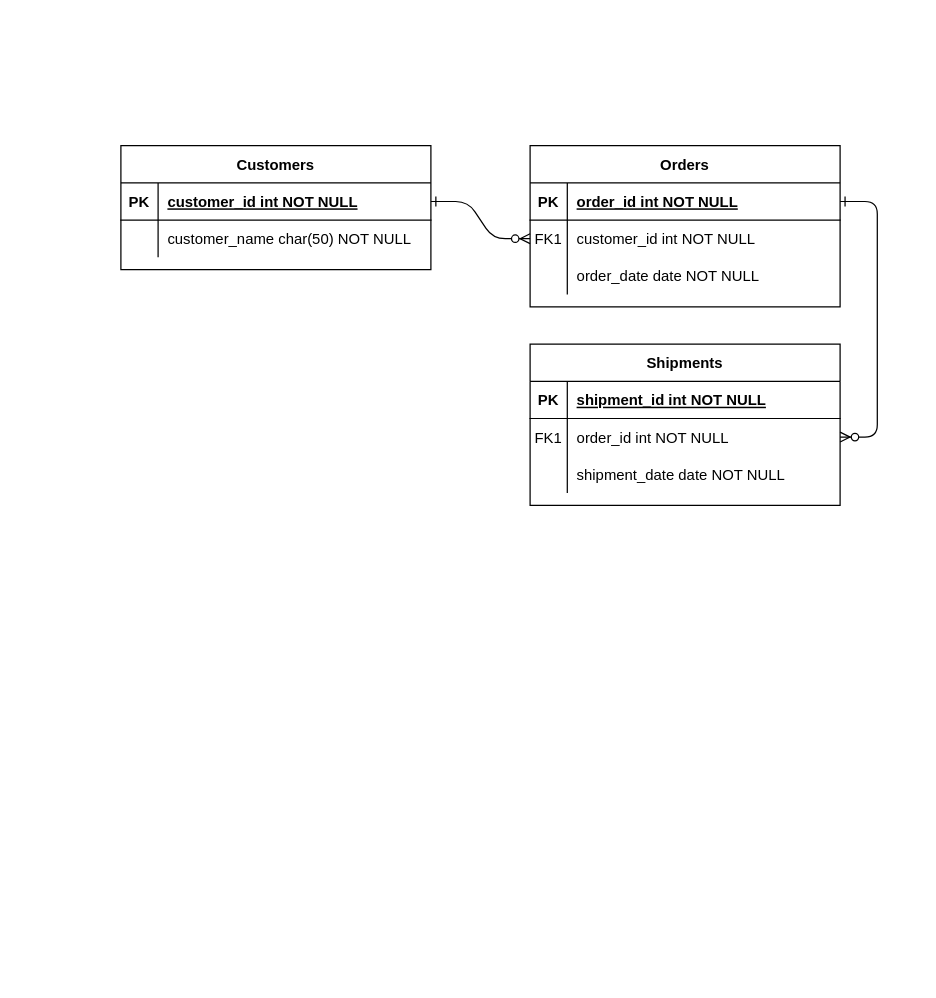
The draw.io diagram Untitled Diagram.drawio in mohsenshahii/database, before the edit. Source tidied: cells renumbered, new cells numbered last; positions are measured from the earlier drawing's top-left corner, leaving out a move shared by most shapes. Both pictures are drawn from the tidied source at 124%, with x=0, y=0 at pixel (120, 145).
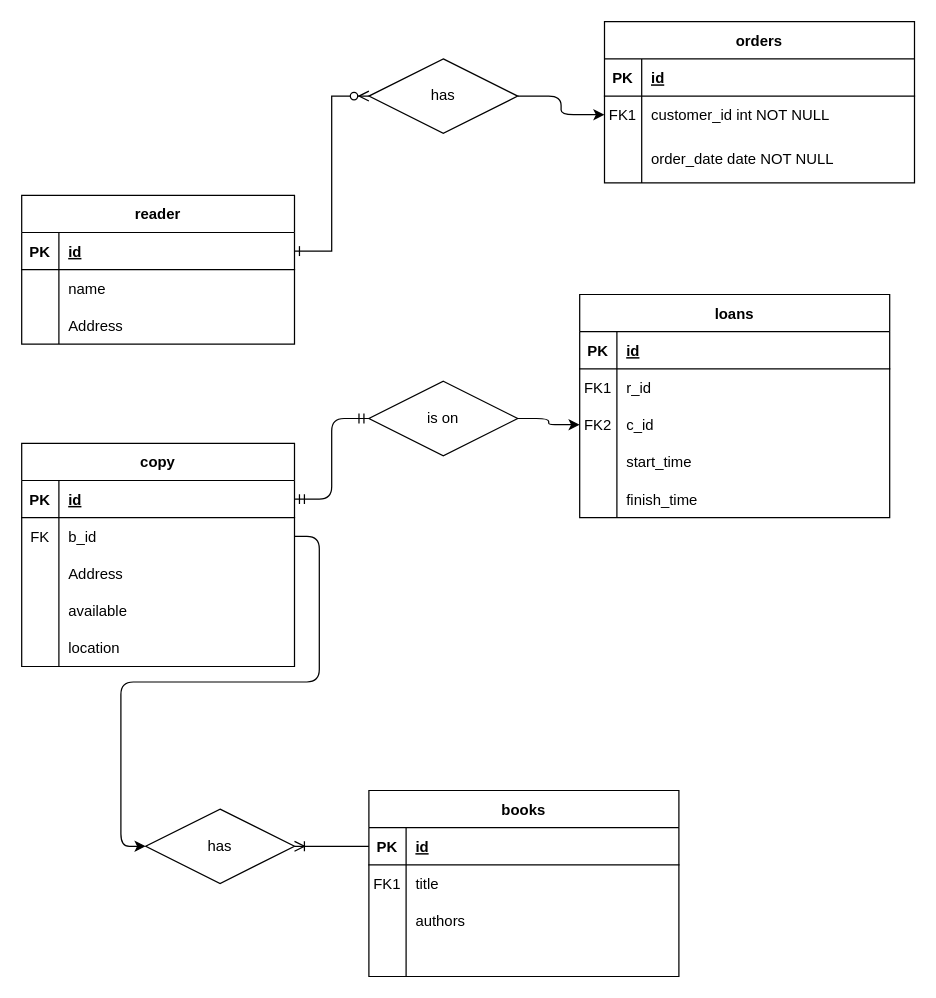
The same diagram, later.

Change to the diagram source:
```diff
@@
-<mxGraphModel>
+<mxGraphModel background="#ffffff">
@@
-    <mxCell id="2" style="edgeStyle=entityRelationEdgeStyle;endArrow=ERzeroToMany;startArrow=ERone;endFill=1;startFill=0;" parent="1" edge="1" source="25" target="8">
+    <mxCell id="2" style="edgeStyle=entityRelationEdgeStyle;endArrow=ERzeroToMany;startArrow=ERone;endFill=1;startFill=0;rounded=0;entryX=0;entryY=0.5;entryDx=0;entryDy=0;" parent="1" edge="1" source="25" target="71">
       <mxGeometry relative="1" as="geometry" />
     </mxCell>
-    <mxCell id="3" style="edgeStyle=entityRelationEdgeStyle;endArrow=ERzeroToMany;startArrow=ERone;endFill=1;startFill=0;" parent="1" edge="1" source="5" target="18">
-      <mxGeometry relative="1" as="geometry" />
-    </mxCell>
-    <mxCell id="4" value="Orders" style="shape=table;startSize=30;childLayout=tableLayout;rowLines=0;fontStyle=1;align=center;" parent="1" vertex="1">
-      <mxGeometry x="330" width="250" height="130" as="geometry" />
+    <mxCell id="4" value="orders" style="shape=table;startSize=30;childLayout=tableLayout;rowLines=0;fontStyle=1;align=center;rounded=0;" parent="1" vertex="1">
+      <mxGeometry x="390" y="-100" width="250" height="130" as="geometry" />
     </mxCell>
-    <mxCell id="5" style="shape=partialRectangle;fillColor=none;points=[[0,0.5],[1,0.5]];portConstraint=eastwest;top=0;left=0;right=0;bottom=1;" parent="4" vertex="1">
+    <mxCell id="5" style="shape=partialRectangle;fillColor=none;points=[[0,0.5],[1,0.5]];portConstraint=eastwest;top=0;left=0;right=0;bottom=1;rounded=0;" parent="4" vertex="1">
       <mxGeometry y="30" width="250" height="30" as="geometry" />
     </mxCell>
-    <mxCell id="6" value="PK" style="shape=partialRectangle;overflow=hidden;fillColor=none;top=0;left=0;bottom=0;right=0;fontStyle=1;" parent="5" vertex="1">
+    <mxCell id="6" value="PK" style="shape=partialRectangle;overflow=hidden;fillColor=none;top=0;left=0;bottom=0;right=0;fontStyle=1;rounded=0;" parent="5" vertex="1">
       <mxGeometry width="30" height="30" as="geometry" />
     </mxCell>
-    <mxCell id="7" value="order_id int NOT NULL " style="shape=partialRectangle;overflow=hidden;fillColor=none;top=0;left=0;bottom=0;right=0;align=left;spacingLeft=6;fontStyle=5;" parent="5" vertex="1">
+    <mxCell id="7" value="id" style="shape=partialRectangle;overflow=hidden;fillColor=none;top=0;left=0;bottom=0;right=0;align=left;spacingLeft=6;fontStyle=5;rounded=0;" parent="5" vertex="1">
       <mxGeometry x="30" width="220" height="30" as="geometry" />
     </mxCell>
-    <mxCell id="8" style="shape=partialRectangle;fillColor=none;points=[[0,0.5],[1,0.5]];portConstraint=eastwest;top=0;left=0;right=0;bottom=0;" parent="4" vertex="1">
+    <mxCell id="8" style="shape=partialRectangle;fillColor=none;points=[[0,0.5],[1,0.5]];portConstraint=eastwest;top=0;left=0;right=0;bottom=0;rounded=0;" parent="4" vertex="1">
       <mxGeometry y="60" width="250" height="30" as="geometry" />
     </mxCell>
-    <mxCell id="9" value="FK1" style="shape=partialRectangle;overflow=hidden;fillColor=none;top=0;left=0;bottom=0;right=0;" parent="8" vertex="1">
+    <mxCell id="9" value="FK1" style="shape=partialRectangle;overflow=hidden;fillColor=none;top=0;left=0;bottom=0;right=0;rounded=0;" parent="8" vertex="1">
       <mxGeometry width="30" height="30" as="geometry" />
     </mxCell>
-    <mxCell id="10" value="customer_id int NOT NULL" style="shape=partialRectangle;overflow=hidden;fillColor=none;top=0;left=0;bottom=0;right=0;align=left;spacingLeft=6;" parent="8" vertex="1">
+    <mxCell id="10" value="customer_id int NOT NULL" style="shape=partialRectangle;overflow=hidden;fillColor=none;top=0;left=0;bottom=0;right=0;align=left;spacingLeft=6;rounded=0;" parent="8" vertex="1">
       <mxGeometry x="30" width="220" height="30" as="geometry" />
     </mxCell>
-    <mxCell id="11" style="shape=partialRectangle;fillColor=none;top=0;left=0;right=0;bottom=0;" parent="4" vertex="1">
-      <mxGeometry y="90" width="250" height="30" as="geometry" />
+    <mxCell id="11" style="shape=partialRectangle;fillColor=none;top=0;left=0;right=0;bottom=0;rounded=0;" parent="4" vertex="1">
+      <mxGeometry y="90" width="250" height="40" as="geometry" />
     </mxCell>
-    <mxCell id="12" style="shape=partialRectangle;overflow=hidden;fillColor=none;top=0;left=0;bottom=0;right=0;" parent="11" vertex="1">
-      <mxGeometry width="30" height="30" as="geometry" />
+    <mxCell id="12" style="shape=partialRectangle;overflow=hidden;fillColor=none;top=0;left=0;bottom=0;right=0;rounded=0;" parent="11" vertex="1">
+      <mxGeometry width="30" height="40" as="geometry" />
     </mxCell>
-    <mxCell id="13" value="order_date date NOT NULL" style="shape=partialRectangle;overflow=hidden;fillColor=none;top=0;left=0;bottom=0;right=0;align=left;spacingLeft=6;" parent="11" vertex="1">
-      <mxGeometry x="30" width="220" height="30" as="geometry" />
+    <mxCell id="13" value="order_date date NOT NULL" style="shape=partialRectangle;overflow=hidden;fillColor=none;top=0;left=0;bottom=0;right=0;align=left;spacingLeft=6;rounded=0;" parent="11" vertex="1">
+      <mxGeometry x="30" width="220" height="40" as="geometry" />
     </mxCell>
-    <mxCell id="14" value="Shipments" style="shape=table;startSize=30;childLayout=tableLayout;rowLines=0;fontStyle=1;align=center;" parent="1" vertex="1">
-      <mxGeometry x="330" y="160" width="250" height="130" as="geometry" />
+    <mxCell id="14" value="books" style="shape=table;startSize=30;childLayout=tableLayout;rowLines=0;fontStyle=1;align=center;rounded=0;" parent="1" vertex="1">
+      <mxGeometry x="200" y="520" width="250" height="150" as="geometry" />
     </mxCell>
-    <mxCell id="15" style="shape=partialRectangle;fillColor=none;points=[[0,0.5],[1,0.5]];portConstraint=eastwest;top=0;left=0;right=0;bottom=1;" parent="14" vertex="1">
+    <mxCell id="15" style="shape=partialRectangle;fillColor=none;points=[[0,0.5],[1,0.5]];portConstraint=eastwest;top=0;left=0;right=0;bottom=1;rounded=0;" parent="14" vertex="1">
       <mxGeometry y="30" width="250" height="30" as="geometry" />
     </mxCell>
-    <mxCell id="16" value="PK" style="shape=partialRectangle;overflow=hidden;fillColor=none;top=0;left=0;bottom=0;right=0;fontStyle=1;" parent="15" vertex="1">
+    <mxCell id="16" value="PK" style="shape=partialRectangle;overflow=hidden;fillColor=none;top=0;left=0;bottom=0;right=0;fontStyle=1;rounded=0;" parent="15" vertex="1">
       <mxGeometry width="30" height="30" as="geometry" />
     </mxCell>
-    <mxCell id="17" value="shipment_id int NOT NULL " style="shape=partialRectangle;overflow=hidden;fillColor=none;top=0;left=0;bottom=0;right=0;align=left;spacingLeft=6;fontStyle=5;" parent="15" vertex="1">
+    <mxCell id="17" value="id" style="shape=partialRectangle;overflow=hidden;fillColor=none;top=0;left=0;bottom=0;right=0;align=left;spacingLeft=6;fontStyle=5;rounded=0;" parent="15" vertex="1">
       <mxGeometry x="30" width="220" height="30" as="geometry" />
     </mxCell>
-    <mxCell id="18" style="shape=partialRectangle;fillColor=none;points=[[0,0.5],[1,0.5]];portConstraint=eastwest;top=0;left=0;right=0;bottom=0;" parent="14" vertex="1">
+    <mxCell id="18" style="shape=partialRectangle;fillColor=none;points=[[0,0.5],[1,0.5]];portConstraint=eastwest;top=0;left=0;right=0;bottom=0;rounded=0;" parent="14" vertex="1">
       <mxGeometry y="60" width="250" height="30" as="geometry" />
     </mxCell>
-    <mxCell id="19" value="FK1" style="shape=partialRectangle;overflow=hidden;fillColor=none;top=0;left=0;bottom=0;right=0;" parent="18" vertex="1">
+    <mxCell id="19" value="FK1" style="shape=partialRectangle;overflow=hidden;fillColor=none;top=0;left=0;bottom=0;right=0;rounded=0;" parent="18" vertex="1">
       <mxGeometry width="30" height="30" as="geometry" />
     </mxCell>
-    <mxCell id="20" value="order_id int NOT NULL" style="shape=partialRectangle;overflow=hidden;fillColor=none;top=0;left=0;bottom=0;right=0;align=left;spacingLeft=6;" parent="18" vertex="1">
+    <mxCell id="20" value="title" style="shape=partialRectangle;overflow=hidden;fillColor=none;top=0;left=0;bottom=0;right=0;align=left;spacingLeft=6;rounded=0;" parent="18" vertex="1">
       <mxGeometry x="30" width="220" height="30" as="geometry" />
     </mxCell>
-    <mxCell id="21" style="shape=partialRectangle;fillColor=none;top=0;left=0;right=0;bottom=0;" parent="14" vertex="1">
+    <mxCell id="21" style="shape=partialRectangle;fillColor=none;top=0;left=0;right=0;bottom=0;rounded=0;" parent="14" vertex="1">
       <mxGeometry y="90" width="250" height="30" as="geometry" />
     </mxCell>
-    <mxCell id="22" style="shape=partialRectangle;overflow=hidden;fillColor=none;top=0;left=0;bottom=0;right=0;" parent="21" vertex="1">
+    <mxCell id="22" style="shape=partialRectangle;overflow=hidden;fillColor=none;top=0;left=0;bottom=0;right=0;rounded=0;" parent="21" vertex="1">
       <mxGeometry width="30" height="30" as="geometry" />
     </mxCell>
-    <mxCell id="23" value="shipment_date date NOT NULL" style="shape=partialRectangle;overflow=hidden;fillColor=none;top=0;left=0;bottom=0;right=0;align=left;spacingLeft=6;" parent="21" vertex="1">
+    <mxCell id="23" value="authors" style="shape=partialRectangle;overflow=hidden;fillColor=none;top=0;left=0;bottom=0;right=0;align=left;spacingLeft=6;rounded=0;" parent="21" vertex="1">
       <mxGeometry x="30" width="220" height="30" as="geometry" />
     </mxCell>
+    <mxCell id="31" style="shape=partialRectangle;fillColor=none;top=0;left=0;right=0;bottom=0;rounded=0;" parent="14" vertex="1">
+      <mxGeometry y="120" width="250" height="30" as="geometry" />
+    </mxCell>
+    <mxCell id="32" style="shape=partialRectangle;overflow=hidden;fillColor=none;top=0;left=0;bottom=0;right=0;rounded=0;" parent="31" vertex="1">
+      <mxGeometry width="30" height="30" as="geometry" />
+    </mxCell>
+    <mxCell id="33" style="shape=partialRectangle;overflow=hidden;fillColor=none;top=0;left=0;bottom=0;right=0;align=left;spacingLeft=6;rounded=0;" parent="31" vertex="1">
+      <mxGeometry x="30" width="220" height="30" as="geometry" />
+    </mxCell>
-    <mxCell id="24" value="Customers" style="shape=table;startSize=30;childLayout=tableLayout;rowLines=0;fontStyle=1;align=center;" parent="1" vertex="1">
-      <mxGeometry width="250" height="100" as="geometry" />
+    <mxCell id="24" value="reader" style="shape=table;startSize=30;childLayout=tableLayout;rowLines=0;fontStyle=1;align=center;rounded=0;" parent="1" vertex="1">
+      <mxGeometry x="-80" y="40" width="220" height="120" as="geometry" />
     </mxCell>
-    <mxCell id="25" style="shape=partialRectangle;fillColor=none;points=[[0,0.5],[1,0.5]];portConstraint=eastwest;top=0;left=0;right=0;bottom=1;" parent="24" vertex="1">
-      <mxGeometry y="30" width="250" height="30" as="geometry" />
+    <mxCell id="25" style="shape=partialRectangle;fillColor=none;points=[[0,0.5],[1,0.5]];portConstraint=eastwest;top=0;left=0;right=0;bottom=1;rounded=0;" parent="24" vertex="1">
+      <mxGeometry y="30" width="220" height="30" as="geometry" />
     </mxCell>
-    <mxCell id="26" value="PK" style="shape=partialRectangle;overflow=hidden;fillColor=none;top=0;left=0;bottom=0;right=0;fontStyle=1;" parent="25" vertex="1">
+    <mxCell id="26" value="PK" style="shape=partialRectangle;overflow=hidden;fillColor=none;top=0;left=0;bottom=0;right=0;fontStyle=1;rounded=0;" parent="25" vertex="1">
       <mxGeometry width="30" height="30" as="geometry" />
     </mxCell>
-    <mxCell id="27" value="customer_id int NOT NULL " style="shape=partialRectangle;overflow=hidden;fillColor=none;top=0;left=0;bottom=0;right=0;align=left;spacingLeft=6;fontStyle=5;" parent="25" vertex="1">
-      <mxGeometry x="30" width="220" height="30" as="geometry" />
+    <mxCell id="27" value="id" style="shape=partialRectangle;overflow=hidden;fillColor=none;top=0;left=0;bottom=0;right=0;align=left;spacingLeft=6;fontStyle=5;rounded=0;" parent="25" vertex="1">
+      <mxGeometry x="30" width="190" height="30" as="geometry" />
     </mxCell>
-    <mxCell id="28" style="shape=partialRectangle;fillColor=none;top=0;left=0;right=0;bottom=0;" parent="24" vertex="1">
-      <mxGeometry y="60" width="250" height="30" as="geometry" />
+    <mxCell id="28" style="shape=partialRectangle;fillColor=none;top=0;left=0;right=0;bottom=0;rounded=0;" parent="24" vertex="1">
+      <mxGeometry y="60" width="220" height="30" as="geometry" />
     </mxCell>
-    <mxCell id="29" style="shape=partialRectangle;overflow=hidden;fillColor=none;top=0;left=0;bottom=0;right=0;" parent="28" vertex="1">
+    <mxCell id="29" style="shape=partialRectangle;overflow=hidden;fillColor=none;top=0;left=0;bottom=0;right=0;rounded=0;" parent="28" vertex="1">
       <mxGeometry width="30" height="30" as="geometry" />
     </mxCell>
-    <mxCell id="30" value="customer_name char(50) NOT NULL" style="shape=partialRectangle;overflow=hidden;fillColor=none;top=0;left=0;bottom=0;right=0;align=left;spacingLeft=6;" parent="28" vertex="1">
-      <mxGeometry x="30" width="220" height="30" as="geometry" />
+    <mxCell id="30" value="name" style="shape=partialRectangle;overflow=hidden;fillColor=none;top=0;left=0;bottom=0;right=0;align=left;spacingLeft=6;fontStyle=0;rounded=0;" parent="28" vertex="1">
+      <mxGeometry x="30" width="190" height="30" as="geometry" />
     </mxCell>
+    <mxCell id="34" style="shape=partialRectangle;fillColor=none;top=0;left=0;right=0;bottom=0;rounded=0;" parent="24" vertex="1">
+      <mxGeometry y="90" width="220" height="30" as="geometry" />
+    </mxCell>
+    <mxCell id="35" style="shape=partialRectangle;overflow=hidden;fillColor=none;top=0;left=0;bottom=0;right=0;rounded=0;" parent="34" vertex="1">
+      <mxGeometry width="30" height="30" as="geometry" />
+    </mxCell>
+    <mxCell id="36" value="Address" style="shape=partialRectangle;overflow=hidden;fillColor=none;top=0;left=0;bottom=0;right=0;align=left;spacingLeft=6;rounded=0;" parent="34" vertex="1">
+      <mxGeometry x="30" width="190" height="30" as="geometry" />
+    </mxCell>
+    <mxCell id="37" value="copy" style="shape=table;startSize=30;childLayout=tableLayout;rowLines=0;fontStyle=1;align=center;rounded=0;" parent="1" vertex="1">
+      <mxGeometry x="-80" y="240" width="220" height="180" as="geometry" />
+    </mxCell>
+    <mxCell id="38" style="shape=partialRectangle;fillColor=none;points=[[0,0.5],[1,0.5]];portConstraint=eastwest;top=0;left=0;right=0;bottom=1;rounded=0;" parent="37" vertex="1">
+      <mxGeometry y="30" width="220" height="30" as="geometry" />
+    </mxCell>
+    <mxCell id="39" value="PK" style="shape=partialRectangle;overflow=hidden;fillColor=none;top=0;left=0;bottom=0;right=0;fontStyle=1;rounded=0;" parent="38" vertex="1">
+      <mxGeometry width="30" height="30" as="geometry" />
+    </mxCell>
+    <mxCell id="40" value="id" style="shape=partialRectangle;overflow=hidden;fillColor=none;top=0;left=0;bottom=0;right=0;align=left;spacingLeft=6;fontStyle=5;rounded=0;" parent="38" vertex="1">
+      <mxGeometry x="30" width="190" height="30" as="geometry" />
+    </mxCell>
+    <mxCell id="41" style="shape=partialRectangle;fillColor=none;points=[[0,0.5],[1,0.5]];portConstraint=eastwest;top=0;left=0;right=0;bottom=0;rounded=0;" parent="37" vertex="1">
+      <mxGeometry y="60" width="220" height="30" as="geometry" />
+    </mxCell>
+    <mxCell id="42" value="FK" style="shape=partialRectangle;overflow=hidden;fillColor=none;top=0;left=0;bottom=0;right=0;rounded=0;" parent="41" vertex="1">
+      <mxGeometry width="30" height="30" as="geometry" />
+    </mxCell>
+    <mxCell id="43" value="b_id" style="shape=partialRectangle;overflow=hidden;fillColor=none;top=0;left=0;bottom=0;right=0;align=left;spacingLeft=6;fontStyle=0;rounded=0;" parent="41" vertex="1">
+      <mxGeometry x="30" width="190" height="30" as="geometry" />
+    </mxCell>
+    <mxCell id="44" style="shape=partialRectangle;fillColor=none;top=0;left=0;right=0;bottom=0;rounded=0;" parent="37" vertex="1">
+      <mxGeometry y="90" width="220" height="30" as="geometry" />
+    </mxCell>
+    <mxCell id="45" style="shape=partialRectangle;overflow=hidden;fillColor=none;top=0;left=0;bottom=0;right=0;rounded=0;" parent="44" vertex="1">
+      <mxGeometry width="30" height="30" as="geometry" />
+    </mxCell>
+    <mxCell id="46" value="Address" style="shape=partialRectangle;overflow=hidden;fillColor=none;top=0;left=0;bottom=0;right=0;align=left;spacingLeft=6;rounded=0;" parent="44" vertex="1">
+      <mxGeometry x="30" width="190" height="30" as="geometry" />
+    </mxCell>
+    <mxCell id="47" style="shape=partialRectangle;fillColor=none;top=0;left=0;right=0;bottom=0;rounded=0;" parent="37" vertex="1">
+      <mxGeometry y="120" width="220" height="30" as="geometry" />
+    </mxCell>
+    <mxCell id="48" style="shape=partialRectangle;overflow=hidden;fillColor=none;top=0;left=0;bottom=0;right=0;rounded=0;" parent="47" vertex="1">
+      <mxGeometry width="30" height="30" as="geometry" />
+    </mxCell>
+    <mxCell id="49" value="available" style="shape=partialRectangle;overflow=hidden;fillColor=none;top=0;left=0;bottom=0;right=0;align=left;spacingLeft=6;rounded=0;" parent="47" vertex="1">
+      <mxGeometry x="30" width="190" height="30" as="geometry" />
+    </mxCell>
+    <mxCell id="50" style="shape=partialRectangle;fillColor=none;top=0;left=0;right=0;bottom=0;rounded=0;" parent="37" vertex="1">
+      <mxGeometry y="150" width="220" height="30" as="geometry" />
+    </mxCell>
+    <mxCell id="51" style="shape=partialRectangle;overflow=hidden;fillColor=none;top=0;left=0;bottom=0;right=0;rounded=0;" parent="50" vertex="1">
+      <mxGeometry width="30" height="30" as="geometry" />
+    </mxCell>
+    <mxCell id="52" value="location " style="shape=partialRectangle;overflow=hidden;fillColor=none;top=0;left=0;bottom=0;right=0;align=left;spacingLeft=6;rounded=0;" parent="50" vertex="1">
+      <mxGeometry x="30" width="190" height="30" as="geometry" />
+    </mxCell>
+    <mxCell id="53" style="edgeStyle=entityRelationEdgeStyle;fontSize=12;html=1;endArrow=ERoneToMany;rounded=0;entryX=1;entryY=0.5;entryDx=0;entryDy=0;exitX=0;exitY=0.5;exitDx=0;exitDy=0;" parent="1" edge="1" source="15" target="75">
+      <mxGeometry relative="1" as="geometry" />
+    </mxCell>
+    <mxCell id="54" value="loans" style="shape=table;startSize=30;childLayout=tableLayout;rowLines=0;fontStyle=1;align=center;rounded=0;" parent="1" vertex="1">
+      <mxGeometry x="370" y="120" width="250" height="180" as="geometry" />
+    </mxCell>
+    <mxCell id="55" style="shape=partialRectangle;fillColor=none;top=0;left=0;right=0;bottom=1;rounded=0;" parent="54" vertex="1">
+      <mxGeometry y="30" width="250" height="30" as="geometry" />
+    </mxCell>
+    <mxCell id="56" value="PK" style="shape=partialRectangle;overflow=hidden;fillColor=none;top=0;left=0;bottom=0;right=0;fontStyle=1;rounded=0;" parent="55" vertex="1">
+      <mxGeometry width="30" height="30" as="geometry" />
+    </mxCell>
+    <mxCell id="57" value="id" style="shape=partialRectangle;overflow=hidden;fillColor=none;top=0;left=0;bottom=0;right=0;align=left;spacingLeft=6;fontStyle=5;rounded=0;" parent="55" vertex="1">
+      <mxGeometry x="30" width="220" height="30" as="geometry" />
+    </mxCell>
+    <mxCell id="58" style="shape=partialRectangle;fillColor=none;top=0;left=0;right=0;bottom=0;rounded=0;" parent="54" vertex="1">
+      <mxGeometry y="60" width="250" height="30" as="geometry" />
+    </mxCell>
+    <mxCell id="59" value="FK1" style="shape=partialRectangle;overflow=hidden;fillColor=none;top=0;left=0;bottom=0;right=0;rounded=0;" parent="58" vertex="1">
+      <mxGeometry width="30" height="30" as="geometry" />
+    </mxCell>
+    <mxCell id="60" value="r_id" style="shape=partialRectangle;overflow=hidden;fillColor=none;top=0;left=0;bottom=0;right=0;align=left;spacingLeft=6;rounded=0;" parent="58" vertex="1">
+      <mxGeometry x="30" width="220" height="30" as="geometry" />
+    </mxCell>
+    <mxCell id="61" style="shape=partialRectangle;fillColor=none;points=[[0,0.5],[1,0.5]];portConstraint=eastwest;top=0;left=0;right=0;bottom=0;rounded=0;" parent="54" vertex="1">
+      <mxGeometry y="90" width="250" height="30" as="geometry" />
+    </mxCell>
+    <mxCell id="62" value="FK2" style="shape=partialRectangle;overflow=hidden;fillColor=none;top=0;left=0;bottom=0;right=0;rounded=0;" parent="61" vertex="1">
+      <mxGeometry width="30" height="30" as="geometry" />
+    </mxCell>
+    <mxCell id="63" value="c_id" style="shape=partialRectangle;overflow=hidden;fillColor=none;top=0;left=0;bottom=0;right=0;align=left;spacingLeft=6;rounded=0;" parent="61" vertex="1">
+      <mxGeometry x="30" width="220" height="30" as="geometry" />
+    </mxCell>
+    <mxCell id="64" style="shape=partialRectangle;fillColor=none;top=0;left=0;right=0;bottom=0;rounded=0;" parent="54" vertex="1">
+      <mxGeometry y="120" width="250" height="30" as="geometry" />
+    </mxCell>
+    <mxCell id="65" style="shape=partialRectangle;overflow=hidden;fillColor=none;top=0;left=0;bottom=0;right=0;rounded=0;" parent="64" vertex="1">
+      <mxGeometry width="30" height="30" as="geometry" />
+    </mxCell>
+    <mxCell id="66" value="start_time" style="shape=partialRectangle;overflow=hidden;fillColor=none;top=0;left=0;bottom=0;right=0;align=left;spacingLeft=6;rounded=0;" parent="64" vertex="1">
+      <mxGeometry x="30" width="220" height="30" as="geometry" />
+    </mxCell>
+    <mxCell id="67" style="shape=partialRectangle;fillColor=none;top=0;left=0;right=0;bottom=0;rounded=0;" parent="54" vertex="1">
+      <mxGeometry y="150" width="250" height="30" as="geometry" />
+    </mxCell>
+    <mxCell id="68" style="shape=partialRectangle;overflow=hidden;fillColor=none;top=0;left=0;bottom=0;right=0;rounded=0;" parent="67" vertex="1">
+      <mxGeometry width="30" height="30" as="geometry" />
+    </mxCell>
+    <mxCell id="69" value="finish_time" style="shape=partialRectangle;overflow=hidden;fillColor=none;top=0;left=0;bottom=0;right=0;align=left;spacingLeft=6;rounded=0;" parent="67" vertex="1">
+      <mxGeometry x="30" width="220" height="30" as="geometry" />
+    </mxCell>
+    <mxCell id="70" style="edgeStyle=orthogonalEdgeStyle;jettySize=auto;html=1;entryX=0;entryY=0.5;entryDx=0;entryDy=0;" parent="1" edge="1" source="71" target="8">
+      <mxGeometry relative="1" as="geometry" />
+    </mxCell>
+    <mxCell id="71" value="has" style="shape=rhombus;perimeter=rhombusPerimeter;whiteSpace=wrap;html=1;align=center;" parent="1" vertex="1">
+      <mxGeometry x="200" y="-70" width="120" height="60" as="geometry" />
+    </mxCell>
+    <mxCell id="72" style="edgeStyle=entityRelationEdgeStyle;fontSize=12;html=1;endArrow=ERmandOne;startArrow=ERmandOne;exitX=1;exitY=0.5;exitDx=0;exitDy=0;" parent="1" edge="1" source="38" target="74">
+      <mxGeometry relative="1" as="geometry" />
+    </mxCell>
+    <mxCell id="73" style="edgeStyle=orthogonalEdgeStyle;jettySize=auto;html=1;exitX=1;exitY=0.5;exitDx=0;exitDy=0;entryX=0;entryY=0.5;entryDx=0;entryDy=0;" parent="1" edge="1" source="74" target="61">
+      <mxGeometry relative="1" as="geometry" />
+    </mxCell>
+    <mxCell id="74" value="is on" style="shape=rhombus;perimeter=rhombusPerimeter;whiteSpace=wrap;html=1;align=center;" parent="1" vertex="1">
+      <mxGeometry x="200" y="190" width="120" height="60" as="geometry" />
+    </mxCell>
+    <mxCell id="75" value="has" style="shape=rhombus;perimeter=rhombusPerimeter;whiteSpace=wrap;html=1;align=center;" parent="1" vertex="1">
+      <mxGeometry x="20" y="535" width="120" height="60" as="geometry" />
+    </mxCell>
+    <mxCell id="76" style="edgeStyle=orthogonalEdgeStyle;jettySize=auto;html=1;exitX=1;exitY=0.5;exitDx=0;exitDy=0;entryX=0;entryY=0.5;entryDx=0;entryDy=0;" parent="1" edge="1" source="41" target="75">
+      <mxGeometry relative="1" as="geometry" />
+    </mxCell>
```
